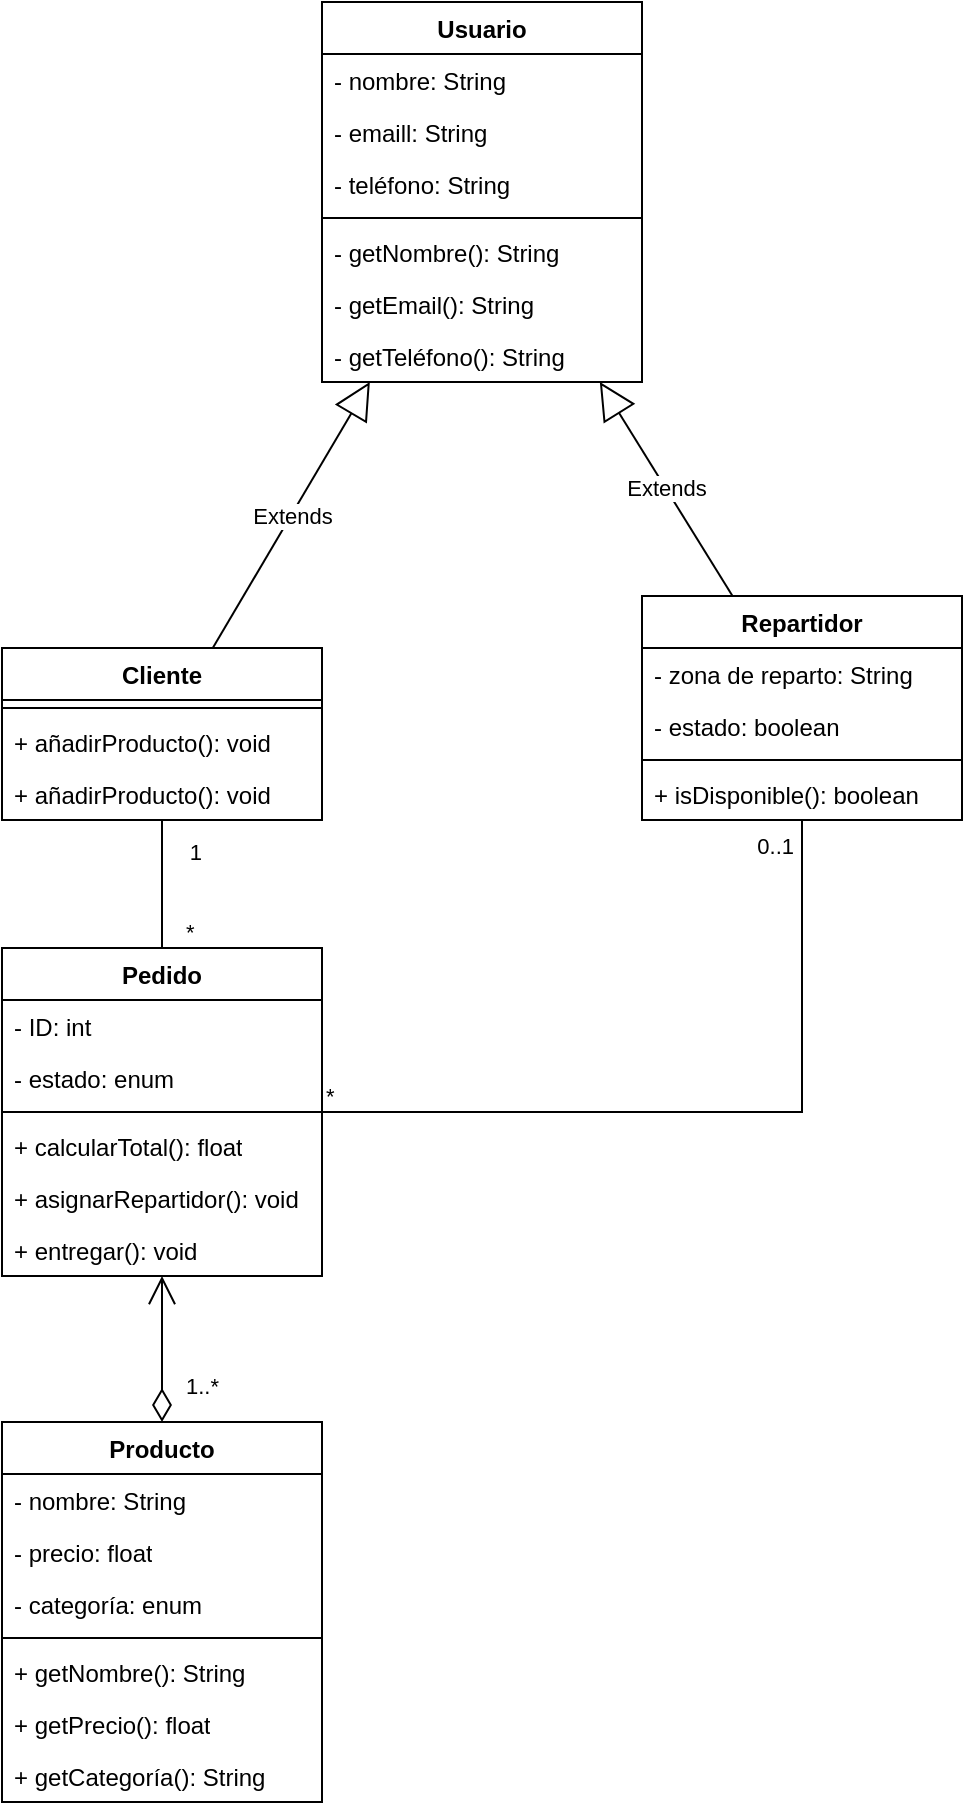
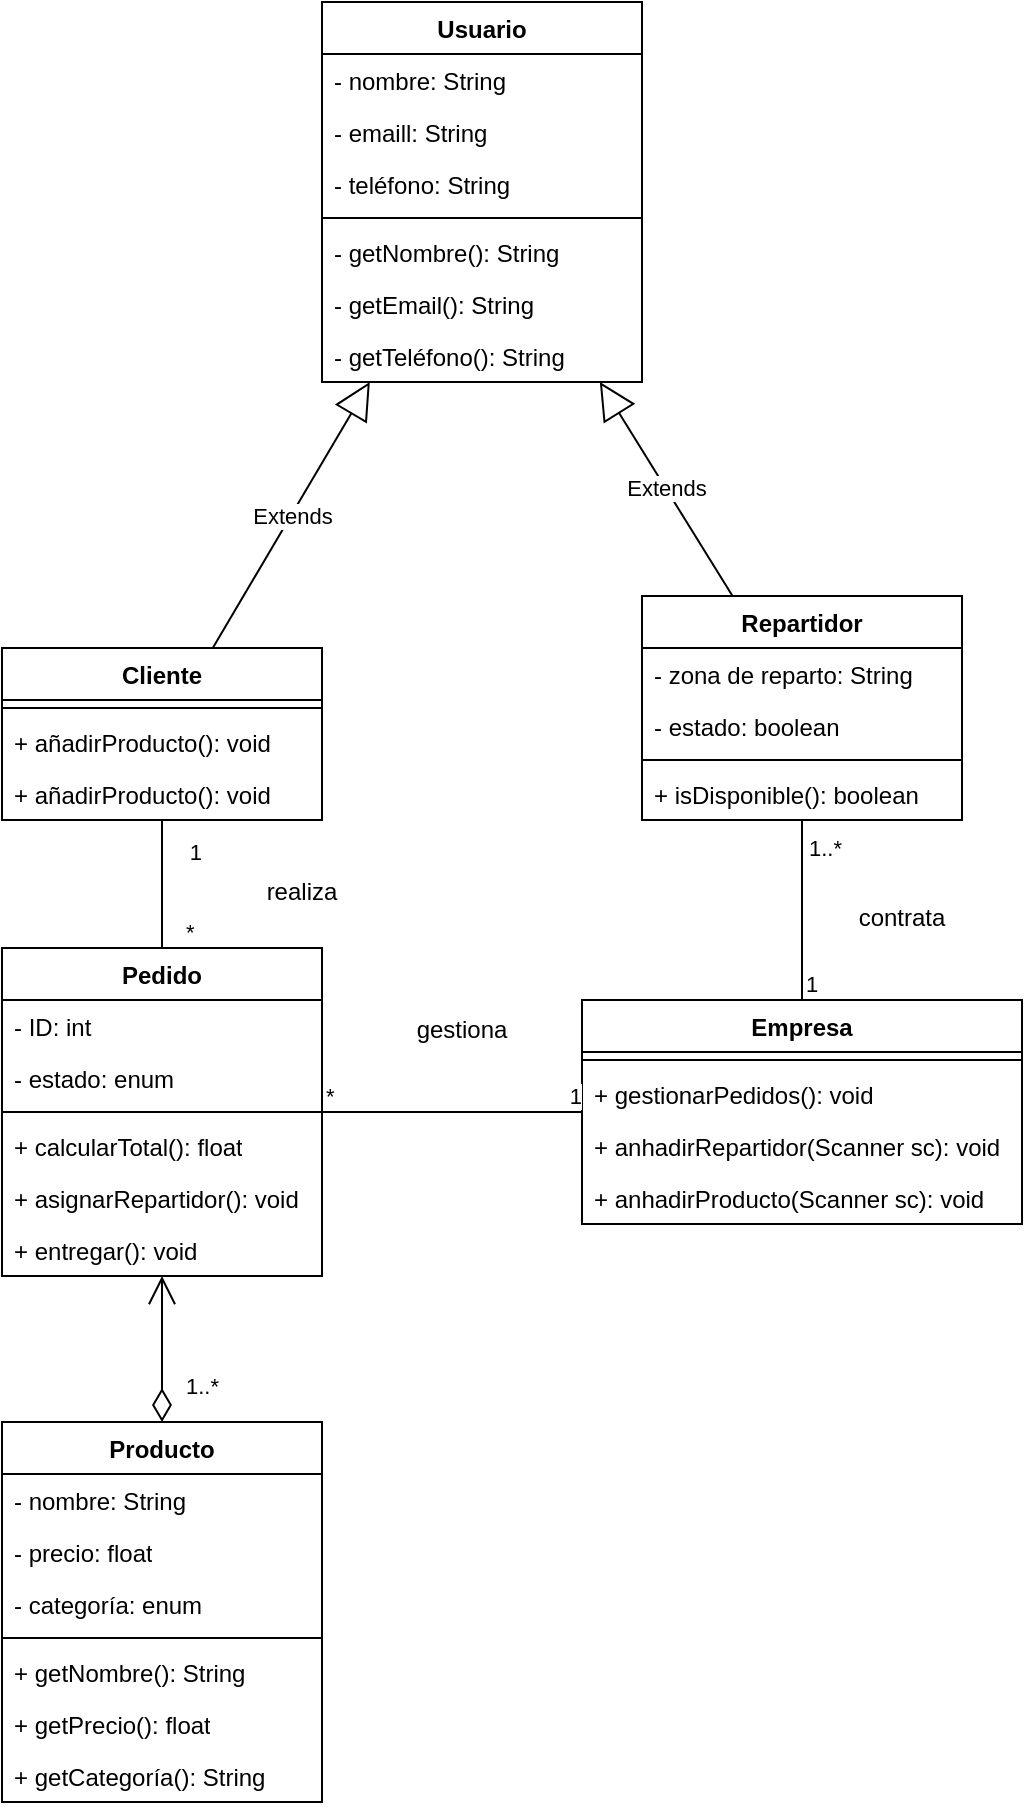
<mxfile host="app.diagrams.net">
  <diagram name="Página-1" id="2XE42wdA6MSBMxuCHJYf">
    <mxGraphModel dx="1084" dy="600" grid="1" gridSize="10" guides="1" tooltips="1" connect="1" arrows="1" fold="1" page="1" pageScale="1" pageWidth="827" pageHeight="1169" math="0" shadow="0">
      <root>
        <mxCell id="0" />
        <mxCell id="1" parent="0" />
        <mxCell id="JbUmaWRZdpL9yCn87Y7F-5" parent="1" style="swimlane;fontStyle=1;align=center;verticalAlign=top;childLayout=stackLayout;horizontal=1;startSize=26;horizontalStack=0;resizeParent=1;resizeParentMax=0;resizeLast=0;collapsible=1;marginBottom=0;whiteSpace=wrap;html=1;" value="Usuario" vertex="1">
          <mxGeometry height="190" width="160" x="250" y="30" as="geometry" />
        </mxCell>
        <mxCell id="JbUmaWRZdpL9yCn87Y7F-6" parent="JbUmaWRZdpL9yCn87Y7F-5" style="text;strokeColor=none;fillColor=none;align=left;verticalAlign=top;spacingLeft=4;spacingRight=4;overflow=hidden;rotatable=0;points=[[0,0.5],[1,0.5]];portConstraint=eastwest;whiteSpace=wrap;html=1;" value="- nombre: String" vertex="1">
          <mxGeometry height="26" width="160" y="26" as="geometry" />
        </mxCell>
        <mxCell id="JbUmaWRZdpL9yCn87Y7F-9" parent="JbUmaWRZdpL9yCn87Y7F-5" style="text;strokeColor=none;fillColor=none;align=left;verticalAlign=top;spacingLeft=4;spacingRight=4;overflow=hidden;rotatable=0;points=[[0,0.5],[1,0.5]];portConstraint=eastwest;whiteSpace=wrap;html=1;" value="- emaill: String" vertex="1">
          <mxGeometry height="26" width="160" y="52" as="geometry" />
        </mxCell>
        <mxCell id="JbUmaWRZdpL9yCn87Y7F-10" parent="JbUmaWRZdpL9yCn87Y7F-5" style="text;strokeColor=none;fillColor=none;align=left;verticalAlign=top;spacingLeft=4;spacingRight=4;overflow=hidden;rotatable=0;points=[[0,0.5],[1,0.5]];portConstraint=eastwest;whiteSpace=wrap;html=1;" value="- teléfono: String" vertex="1">
          <mxGeometry height="26" width="160" y="78" as="geometry" />
        </mxCell>
        <mxCell id="JbUmaWRZdpL9yCn87Y7F-7" parent="JbUmaWRZdpL9yCn87Y7F-5" style="line;strokeWidth=1;fillColor=none;align=left;verticalAlign=middle;spacingTop=-1;spacingLeft=3;spacingRight=3;rotatable=0;labelPosition=right;points=[];portConstraint=eastwest;strokeColor=inherit;" value="" vertex="1">
          <mxGeometry height="8" width="160" y="104" as="geometry" />
        </mxCell>
        <mxCell id="JbUmaWRZdpL9yCn87Y7F-54" parent="JbUmaWRZdpL9yCn87Y7F-5" style="text;strokeColor=none;fillColor=none;align=left;verticalAlign=top;spacingLeft=4;spacingRight=4;overflow=hidden;rotatable=0;points=[[0,0.5],[1,0.5]];portConstraint=eastwest;whiteSpace=wrap;html=1;" value="- getNombre(): String" vertex="1">
          <mxGeometry height="26" width="160" y="112" as="geometry" />
        </mxCell>
        <mxCell id="JbUmaWRZdpL9yCn87Y7F-55" parent="JbUmaWRZdpL9yCn87Y7F-5" style="text;strokeColor=none;fillColor=none;align=left;verticalAlign=top;spacingLeft=4;spacingRight=4;overflow=hidden;rotatable=0;points=[[0,0.5],[1,0.5]];portConstraint=eastwest;whiteSpace=wrap;html=1;" value="- getEmail(): String" vertex="1">
          <mxGeometry height="26" width="160" y="138" as="geometry" />
        </mxCell>
        <mxCell id="JbUmaWRZdpL9yCn87Y7F-56" parent="JbUmaWRZdpL9yCn87Y7F-5" style="text;strokeColor=none;fillColor=none;align=left;verticalAlign=top;spacingLeft=4;spacingRight=4;overflow=hidden;rotatable=0;points=[[0,0.5],[1,0.5]];portConstraint=eastwest;whiteSpace=wrap;html=1;" value="- getTeléfono(): String" vertex="1">
          <mxGeometry height="26" width="160" y="164" as="geometry" />
        </mxCell>
        <mxCell id="JbUmaWRZdpL9yCn87Y7F-11" parent="1" style="swimlane;fontStyle=1;align=center;verticalAlign=top;childLayout=stackLayout;horizontal=1;startSize=26;horizontalStack=0;resizeParent=1;resizeParentMax=0;resizeLast=0;collapsible=1;marginBottom=0;whiteSpace=wrap;html=1;" value="Cliente" vertex="1">
          <mxGeometry height="86" width="160" x="90" y="353" as="geometry" />
        </mxCell>
        <mxCell id="JbUmaWRZdpL9yCn87Y7F-13" parent="JbUmaWRZdpL9yCn87Y7F-11" style="line;strokeWidth=1;fillColor=none;align=left;verticalAlign=middle;spacingTop=-1;spacingLeft=3;spacingRight=3;rotatable=0;labelPosition=right;points=[];portConstraint=eastwest;strokeColor=inherit;" value="" vertex="1">
          <mxGeometry height="8" width="160" y="26" as="geometry" />
        </mxCell>
        <mxCell id="JbUmaWRZdpL9yCn87Y7F-14" parent="JbUmaWRZdpL9yCn87Y7F-11" style="text;strokeColor=none;fillColor=none;align=left;verticalAlign=top;spacingLeft=4;spacingRight=4;overflow=hidden;rotatable=0;points=[[0,0.5],[1,0.5]];portConstraint=eastwest;whiteSpace=wrap;html=1;" value="+ añadirProducto(): void" vertex="1">
          <mxGeometry height="26" width="160" y="34" as="geometry" />
        </mxCell>
        <mxCell id="GLeaCdAOJHjAhLHs-Tl_-1" parent="JbUmaWRZdpL9yCn87Y7F-11" style="text;strokeColor=none;fillColor=none;align=left;verticalAlign=top;spacingLeft=4;spacingRight=4;overflow=hidden;rotatable=0;points=[[0,0.5],[1,0.5]];portConstraint=eastwest;whiteSpace=wrap;html=1;" value="+ añadirProducto(): void" vertex="1">
          <mxGeometry height="26" width="160" y="60" as="geometry" />
        </mxCell>
        <mxCell id="JbUmaWRZdpL9yCn87Y7F-17" parent="1" style="swimlane;fontStyle=1;align=center;verticalAlign=top;childLayout=stackLayout;horizontal=1;startSize=26;horizontalStack=0;resizeParent=1;resizeParentMax=0;resizeLast=0;collapsible=1;marginBottom=0;whiteSpace=wrap;html=1;" value="Pedido" vertex="1">
          <mxGeometry height="164" width="160" x="90" y="503" as="geometry" />
        </mxCell>
        <mxCell id="JbUmaWRZdpL9yCn87Y7F-18" parent="JbUmaWRZdpL9yCn87Y7F-17" style="text;strokeColor=none;fillColor=none;align=left;verticalAlign=top;spacingLeft=4;spacingRight=4;overflow=hidden;rotatable=0;points=[[0,0.5],[1,0.5]];portConstraint=eastwest;whiteSpace=wrap;html=1;" value="- ID: int" vertex="1">
          <mxGeometry height="26" width="160" y="26" as="geometry" />
        </mxCell>
        <mxCell id="JbUmaWRZdpL9yCn87Y7F-21" parent="JbUmaWRZdpL9yCn87Y7F-17" style="text;strokeColor=none;fillColor=none;align=left;verticalAlign=top;spacingLeft=4;spacingRight=4;overflow=hidden;rotatable=0;points=[[0,0.5],[1,0.5]];portConstraint=eastwest;whiteSpace=wrap;html=1;" value="- estado: enum" vertex="1">
          <mxGeometry height="26" width="160" y="52" as="geometry" />
        </mxCell>
        <mxCell id="JbUmaWRZdpL9yCn87Y7F-19" parent="JbUmaWRZdpL9yCn87Y7F-17" style="line;strokeWidth=1;fillColor=none;align=left;verticalAlign=middle;spacingTop=-1;spacingLeft=3;spacingRight=3;rotatable=0;labelPosition=right;points=[];portConstraint=eastwest;strokeColor=inherit;" value="" vertex="1">
          <mxGeometry height="8" width="160" y="78" as="geometry" />
        </mxCell>
        <mxCell id="JbUmaWRZdpL9yCn87Y7F-20" parent="JbUmaWRZdpL9yCn87Y7F-17" style="text;strokeColor=none;fillColor=none;align=left;verticalAlign=top;spacingLeft=4;spacingRight=4;overflow=hidden;rotatable=0;points=[[0,0.5],[1,0.5]];portConstraint=eastwest;whiteSpace=wrap;html=1;" value="+ calcularTotal(): float" vertex="1">
          <mxGeometry height="26" width="160" y="86" as="geometry" />
        </mxCell>
        <mxCell id="JbUmaWRZdpL9yCn87Y7F-50" parent="JbUmaWRZdpL9yCn87Y7F-17" style="text;strokeColor=none;fillColor=none;align=left;verticalAlign=top;spacingLeft=4;spacingRight=4;overflow=hidden;rotatable=0;points=[[0,0.5],[1,0.5]];portConstraint=eastwest;whiteSpace=wrap;html=1;" value="+ asignarRepartidor(): void" vertex="1">
          <mxGeometry height="26" width="160" y="112" as="geometry" />
        </mxCell>
        <mxCell id="JbUmaWRZdpL9yCn87Y7F-51" parent="JbUmaWRZdpL9yCn87Y7F-17" style="text;strokeColor=none;fillColor=none;align=left;verticalAlign=top;spacingLeft=4;spacingRight=4;overflow=hidden;rotatable=0;points=[[0,0.5],[1,0.5]];portConstraint=eastwest;whiteSpace=wrap;html=1;" value="+ entregar(): void" vertex="1">
          <mxGeometry height="26" width="160" y="138" as="geometry" />
        </mxCell>
        <mxCell id="JbUmaWRZdpL9yCn87Y7F-23" parent="1" style="swimlane;fontStyle=1;align=center;verticalAlign=top;childLayout=stackLayout;horizontal=1;startSize=26;horizontalStack=0;resizeParent=1;resizeParentMax=0;resizeLast=0;collapsible=1;marginBottom=0;whiteSpace=wrap;html=1;" value="Producto" vertex="1">
          <mxGeometry height="190" width="160" x="90" y="740" as="geometry" />
        </mxCell>
        <mxCell id="JbUmaWRZdpL9yCn87Y7F-24" parent="JbUmaWRZdpL9yCn87Y7F-23" style="text;strokeColor=none;fillColor=none;align=left;verticalAlign=top;spacingLeft=4;spacingRight=4;overflow=hidden;rotatable=0;points=[[0,0.5],[1,0.5]];portConstraint=eastwest;whiteSpace=wrap;html=1;" value="- nombre: String" vertex="1">
          <mxGeometry height="26" width="160" y="26" as="geometry" />
        </mxCell>
        <mxCell id="JbUmaWRZdpL9yCn87Y7F-48" parent="JbUmaWRZdpL9yCn87Y7F-23" style="text;strokeColor=none;fillColor=none;align=left;verticalAlign=top;spacingLeft=4;spacingRight=4;overflow=hidden;rotatable=0;points=[[0,0.5],[1,0.5]];portConstraint=eastwest;whiteSpace=wrap;html=1;" value="- precio: float" vertex="1">
          <mxGeometry height="26" width="160" y="52" as="geometry" />
        </mxCell>
        <mxCell id="JbUmaWRZdpL9yCn87Y7F-49" parent="JbUmaWRZdpL9yCn87Y7F-23" style="text;strokeColor=none;fillColor=none;align=left;verticalAlign=top;spacingLeft=4;spacingRight=4;overflow=hidden;rotatable=0;points=[[0,0.5],[1,0.5]];portConstraint=eastwest;whiteSpace=wrap;html=1;" value="- categoría: enum" vertex="1">
          <mxGeometry height="26" width="160" y="78" as="geometry" />
        </mxCell>
        <mxCell id="JbUmaWRZdpL9yCn87Y7F-25" parent="JbUmaWRZdpL9yCn87Y7F-23" style="line;strokeWidth=1;fillColor=none;align=left;verticalAlign=middle;spacingTop=-1;spacingLeft=3;spacingRight=3;rotatable=0;labelPosition=right;points=[];portConstraint=eastwest;strokeColor=inherit;" value="" vertex="1">
          <mxGeometry height="8" width="160" y="104" as="geometry" />
        </mxCell>
        <mxCell id="JbUmaWRZdpL9yCn87Y7F-26" parent="JbUmaWRZdpL9yCn87Y7F-23" style="text;strokeColor=none;fillColor=none;align=left;verticalAlign=top;spacingLeft=4;spacingRight=4;overflow=hidden;rotatable=0;points=[[0,0.5],[1,0.5]];portConstraint=eastwest;whiteSpace=wrap;html=1;" value="+ getNombre(): String" vertex="1">
          <mxGeometry height="26" width="160" y="112" as="geometry" />
        </mxCell>
        <mxCell id="JbUmaWRZdpL9yCn87Y7F-57" parent="JbUmaWRZdpL9yCn87Y7F-23" style="text;strokeColor=none;fillColor=none;align=left;verticalAlign=top;spacingLeft=4;spacingRight=4;overflow=hidden;rotatable=0;points=[[0,0.5],[1,0.5]];portConstraint=eastwest;whiteSpace=wrap;html=1;" value="+ getPrecio(): float" vertex="1">
          <mxGeometry height="26" width="160" y="138" as="geometry" />
        </mxCell>
        <mxCell id="JbUmaWRZdpL9yCn87Y7F-58" parent="JbUmaWRZdpL9yCn87Y7F-23" style="text;strokeColor=none;fillColor=none;align=left;verticalAlign=top;spacingLeft=4;spacingRight=4;overflow=hidden;rotatable=0;points=[[0,0.5],[1,0.5]];portConstraint=eastwest;whiteSpace=wrap;html=1;" value="+ getCategoría(): String" vertex="1">
          <mxGeometry height="26" width="160" y="164" as="geometry" />
        </mxCell>
        <mxCell id="JbUmaWRZdpL9yCn87Y7F-27" parent="1" style="swimlane;fontStyle=1;align=center;verticalAlign=top;childLayout=stackLayout;horizontal=1;startSize=26;horizontalStack=0;resizeParent=1;resizeParentMax=0;resizeLast=0;collapsible=1;marginBottom=0;whiteSpace=wrap;html=1;" value="Repartidor" vertex="1">
          <mxGeometry height="112" width="160" x="410" y="327" as="geometry" />
        </mxCell>
        <mxCell id="JbUmaWRZdpL9yCn87Y7F-28" parent="JbUmaWRZdpL9yCn87Y7F-27" style="text;strokeColor=none;fillColor=none;align=left;verticalAlign=top;spacingLeft=4;spacingRight=4;overflow=hidden;rotatable=0;points=[[0,0.5],[1,0.5]];portConstraint=eastwest;whiteSpace=wrap;html=1;" value="- zona de reparto: String" vertex="1">
          <mxGeometry height="26" width="160" y="26" as="geometry" />
        </mxCell>
        <mxCell id="JbUmaWRZdpL9yCn87Y7F-31" parent="JbUmaWRZdpL9yCn87Y7F-27" style="text;strokeColor=none;fillColor=none;align=left;verticalAlign=top;spacingLeft=4;spacingRight=4;overflow=hidden;rotatable=0;points=[[0,0.5],[1,0.5]];portConstraint=eastwest;whiteSpace=wrap;html=1;" value="- estado: boolean" vertex="1">
          <mxGeometry height="26" width="160" y="52" as="geometry" />
        </mxCell>
        <mxCell id="JbUmaWRZdpL9yCn87Y7F-29" parent="JbUmaWRZdpL9yCn87Y7F-27" style="line;strokeWidth=1;fillColor=none;align=left;verticalAlign=middle;spacingTop=-1;spacingLeft=3;spacingRight=3;rotatable=0;labelPosition=right;points=[];portConstraint=eastwest;strokeColor=inherit;" value="" vertex="1">
          <mxGeometry height="8" width="160" y="78" as="geometry" />
        </mxCell>
        <mxCell id="JbUmaWRZdpL9yCn87Y7F-30" parent="JbUmaWRZdpL9yCn87Y7F-27" style="text;strokeColor=none;fillColor=none;align=left;verticalAlign=top;spacingLeft=4;spacingRight=4;overflow=hidden;rotatable=0;points=[[0,0.5],[1,0.5]];portConstraint=eastwest;whiteSpace=wrap;html=1;" value="+ isDisponible(): boolean" vertex="1">
          <mxGeometry height="26" width="160" y="86" as="geometry" />
        </mxCell>
        <mxCell id="JbUmaWRZdpL9yCn87Y7F-32" edge="1" parent="1" source="JbUmaWRZdpL9yCn87Y7F-11" style="endArrow=block;endSize=16;endFill=0;html=1;rounded=0;" target="JbUmaWRZdpL9yCn87Y7F-5" value="Extends">
          <mxGeometry relative="1" width="160" as="geometry">
            <mxPoint x="290" y="470" as="sourcePoint" />
            <mxPoint x="450" y="470" as="targetPoint" />
          </mxGeometry>
        </mxCell>
        <mxCell id="JbUmaWRZdpL9yCn87Y7F-33" edge="1" parent="1" source="JbUmaWRZdpL9yCn87Y7F-27" style="endArrow=block;endSize=16;endFill=0;html=1;rounded=0;" target="JbUmaWRZdpL9yCn87Y7F-5" value="Extends">
          <mxGeometry relative="1" width="160" as="geometry">
            <mxPoint x="380" y="220" as="sourcePoint" />
            <mxPoint x="540" y="220" as="targetPoint" />
          </mxGeometry>
        </mxCell>
        <mxCell id="JbUmaWRZdpL9yCn87Y7F-38" edge="1" parent="1" source="JbUmaWRZdpL9yCn87Y7F-17" style="endArrow=none;html=1;edgeStyle=orthogonalEdgeStyle;rounded=0;" target="JbUmaWRZdpL9yCn87Y7F-11" value="">
          <mxGeometry relative="1" as="geometry">
            <mxPoint x="90" y="450" as="sourcePoint" />
            <mxPoint x="250" y="450" as="targetPoint" />
          </mxGeometry>
        </mxCell>
        <mxCell id="JbUmaWRZdpL9yCn87Y7F-39" connectable="0" parent="JbUmaWRZdpL9yCn87Y7F-38" style="edgeLabel;resizable=0;html=1;align=left;verticalAlign=bottom;" value="*" vertex="1">
          <mxGeometry relative="1" x="-1" as="geometry">
            <mxPoint x="10" as="offset" />
          </mxGeometry>
        </mxCell>
        <mxCell id="JbUmaWRZdpL9yCn87Y7F-40" connectable="0" parent="JbUmaWRZdpL9yCn87Y7F-38" style="edgeLabel;resizable=0;html=1;align=right;verticalAlign=bottom;" value="1" vertex="1">
          <mxGeometry relative="1" x="1" as="geometry">
            <mxPoint x="20" y="24" as="offset" />
          </mxGeometry>
        </mxCell>
-         <mxCell id="JbUmaWRZdpL9yCn87Y7F-45" edge="1" parent="1" source="JbUmaWRZdpL9yCn87Y7F-17" style="endArrow=none;html=1;edgeStyle=orthogonalEdgeStyle;rounded=0;" target="JbUmaWRZdpL9yCn87Y7F-27" value="">
-           <mxGeometry relative="1" as="geometry">
-             <mxPoint x="330" y="500" as="sourcePoint" />
-             <mxPoint x="490" y="500" as="targetPoint" />
-           </mxGeometry>
-         </mxCell>
-         <mxCell id="JbUmaWRZdpL9yCn87Y7F-46" connectable="0" parent="JbUmaWRZdpL9yCn87Y7F-45" style="edgeLabel;resizable=0;html=1;align=left;verticalAlign=bottom;" value="*" vertex="1">
-           <mxGeometry relative="1" x="-1" as="geometry" />
-         </mxCell>
-         <mxCell id="JbUmaWRZdpL9yCn87Y7F-47" connectable="0" parent="JbUmaWRZdpL9yCn87Y7F-45" style="edgeLabel;resizable=0;html=1;align=right;verticalAlign=bottom;" value="0..1" vertex="1">
-           <mxGeometry relative="1" x="1" as="geometry">
-             <mxPoint x="-4" y="21" as="offset" />
-           </mxGeometry>
-         </mxCell>
        <mxCell id="sLmoEp37BJ7bvrg3hQKr-1" edge="1" parent="1" source="JbUmaWRZdpL9yCn87Y7F-23" style="endArrow=open;html=1;endSize=12;startArrow=diamondThin;startSize=14;startFill=0;edgeStyle=orthogonalEdgeStyle;align=left;verticalAlign=bottom;rounded=0;" target="JbUmaWRZdpL9yCn87Y7F-17" value="1..*">
          <mxGeometry relative="1" x="-0.726" y="-10" as="geometry">
            <mxPoint y="1" as="offset" />
            <mxPoint x="120" y="690" as="sourcePoint" />
            <mxPoint x="280" y="690" as="targetPoint" />
          </mxGeometry>
        </mxCell>
+         <mxCell id="KAOKZXu9z5fEesThSXn7-1" parent="1" style="swimlane;fontStyle=1;align=center;verticalAlign=top;childLayout=stackLayout;horizontal=1;startSize=26;horizontalStack=0;resizeParent=1;resizeParentMax=0;resizeLast=0;collapsible=1;marginBottom=0;whiteSpace=wrap;html=1;" value="Empresa" vertex="1">
+           <mxGeometry height="112" width="220" x="380" y="529" as="geometry" />
+         </mxCell>
+         <mxCell id="KAOKZXu9z5fEesThSXn7-3" parent="KAOKZXu9z5fEesThSXn7-1" style="line;strokeWidth=1;fillColor=none;align=left;verticalAlign=middle;spacingTop=-1;spacingLeft=3;spacingRight=3;rotatable=0;labelPosition=right;points=[];portConstraint=eastwest;strokeColor=inherit;" value="" vertex="1">
+           <mxGeometry height="8" width="220" y="26" as="geometry" />
+         </mxCell>
+         <mxCell id="KAOKZXu9z5fEesThSXn7-4" parent="KAOKZXu9z5fEesThSXn7-1" style="text;strokeColor=none;fillColor=none;align=left;verticalAlign=top;spacingLeft=4;spacingRight=4;overflow=hidden;rotatable=0;points=[[0,0.5],[1,0.5]];portConstraint=eastwest;whiteSpace=wrap;html=1;" value="+ gestionarPedidos(): void" vertex="1">
+           <mxGeometry height="26" width="220" y="34" as="geometry" />
+         </mxCell>
+         <mxCell id="KAOKZXu9z5fEesThSXn7-5" parent="KAOKZXu9z5fEesThSXn7-1" style="text;strokeColor=none;fillColor=none;align=left;verticalAlign=top;spacingLeft=4;spacingRight=4;overflow=hidden;rotatable=0;points=[[0,0.5],[1,0.5]];portConstraint=eastwest;whiteSpace=wrap;html=1;" value="+ anhadirRepartidor(Scanner sc): void" vertex="1">
+           <mxGeometry height="26" width="220" y="60" as="geometry" />
+         </mxCell>
+         <mxCell id="KAOKZXu9z5fEesThSXn7-6" parent="KAOKZXu9z5fEesThSXn7-1" style="text;strokeColor=none;fillColor=none;align=left;verticalAlign=top;spacingLeft=4;spacingRight=4;overflow=hidden;rotatable=0;points=[[0,0.5],[1,0.5]];portConstraint=eastwest;whiteSpace=wrap;html=1;" value="+ anhadirProducto(Scanner sc): void" vertex="1">
+           <mxGeometry height="26" width="220" y="86" as="geometry" />
+         </mxCell>
+         <mxCell id="KAOKZXu9z5fEesThSXn7-11" edge="1" parent="1" source="KAOKZXu9z5fEesThSXn7-1" style="endArrow=none;html=1;edgeStyle=orthogonalEdgeStyle;rounded=0;" target="JbUmaWRZdpL9yCn87Y7F-27" value="">
+           <mxGeometry relative="1" as="geometry">
+             <mxPoint x="370" y="480" as="sourcePoint" />
+             <mxPoint x="530" y="480" as="targetPoint" />
+           </mxGeometry>
+         </mxCell>
+         <mxCell id="KAOKZXu9z5fEesThSXn7-12" connectable="0" parent="KAOKZXu9z5fEesThSXn7-11" style="edgeLabel;resizable=0;html=1;align=left;verticalAlign=bottom;" value="1" vertex="1">
+           <mxGeometry relative="1" x="-1" as="geometry" />
+         </mxCell>
+         <mxCell id="KAOKZXu9z5fEesThSXn7-13" connectable="0" parent="KAOKZXu9z5fEesThSXn7-11" style="edgeLabel;resizable=0;html=1;align=right;verticalAlign=bottom;" value="1..*" vertex="1">
+           <mxGeometry relative="1" x="1" as="geometry">
+             <mxPoint x="20" y="22" as="offset" />
+           </mxGeometry>
+         </mxCell>
+         <mxCell id="KAOKZXu9z5fEesThSXn7-15" parent="1" style="text;html=1;whiteSpace=wrap;strokeColor=none;fillColor=none;align=center;verticalAlign=middle;rounded=0;" value="contrata" vertex="1">
+           <mxGeometry height="30" width="60" x="510" y="473" as="geometry" />
+         </mxCell>
+         <mxCell id="KAOKZXu9z5fEesThSXn7-16" parent="1" style="text;html=1;whiteSpace=wrap;strokeColor=none;fillColor=none;align=center;verticalAlign=middle;rounded=0;" value="realiza" vertex="1">
+           <mxGeometry height="30" width="60" x="210" y="460" as="geometry" />
+         </mxCell>
+         <mxCell id="KAOKZXu9z5fEesThSXn7-18" edge="1" parent="1" source="JbUmaWRZdpL9yCn87Y7F-17" style="endArrow=none;html=1;edgeStyle=orthogonalEdgeStyle;rounded=0;" target="KAOKZXu9z5fEesThSXn7-1" value="">
+           <mxGeometry relative="1" as="geometry">
+             <mxPoint x="290" y="590" as="sourcePoint" />
+             <mxPoint x="450" y="590" as="targetPoint" />
+           </mxGeometry>
+         </mxCell>
+         <mxCell id="KAOKZXu9z5fEesThSXn7-19" connectable="0" parent="KAOKZXu9z5fEesThSXn7-18" style="edgeLabel;resizable=0;html=1;align=left;verticalAlign=bottom;" value="*" vertex="1">
+           <mxGeometry relative="1" x="-1" as="geometry" />
+         </mxCell>
+         <mxCell id="KAOKZXu9z5fEesThSXn7-20" connectable="0" parent="KAOKZXu9z5fEesThSXn7-18" style="edgeLabel;resizable=0;html=1;align=right;verticalAlign=bottom;" value="1" vertex="1">
+           <mxGeometry relative="1" x="1" as="geometry" />
+         </mxCell>
+         <mxCell id="KAOKZXu9z5fEesThSXn7-21" parent="1" style="text;html=1;whiteSpace=wrap;strokeColor=none;fillColor=none;align=center;verticalAlign=middle;rounded=0;" value="gestiona" vertex="1">
+           <mxGeometry height="30" width="60" x="290" y="529" as="geometry" />
+         </mxCell>
      </root>
    </mxGraphModel>
  </diagram>
</mxfile>
